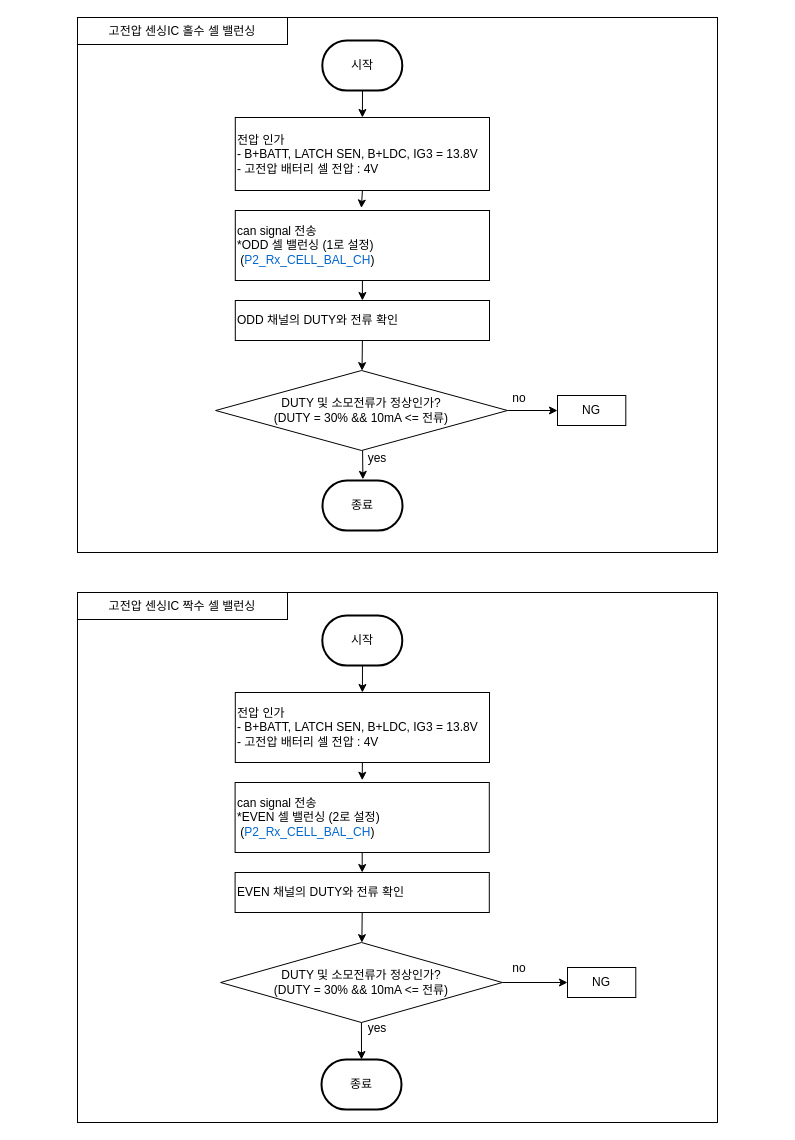
chaeyoonl/state-transition-diagram-test keeps this draw.io diagram as 고전압 센싱IC 셀밸런싱.drawio. Above is the earlier version. Source tidied: cells renumbered, new cells numbered last; positions are measured from the earlier drawing's top-left corner, leaving out a move shared by most shapes. Both pictures are drawn from the tidied source at 100%, with x=0, y=0 at pixel (77, 17).
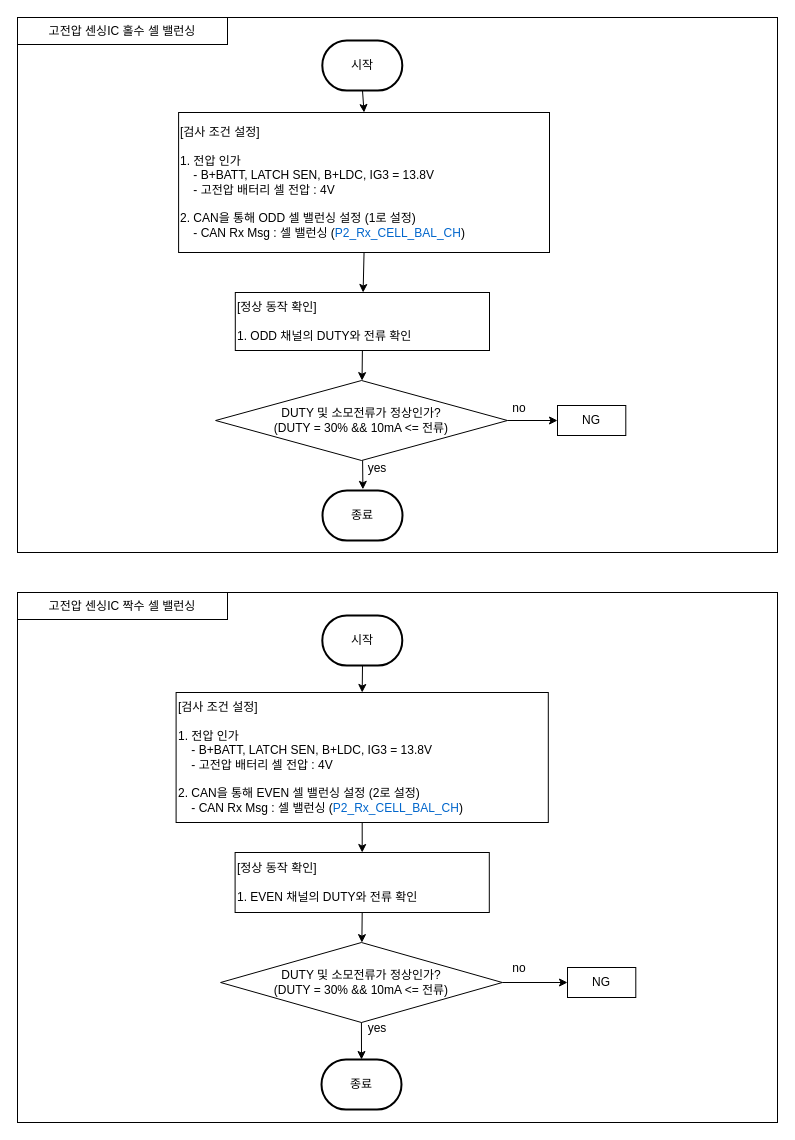
Above is the later version.

Commit message:
고전압 센싱IC 셀밸런싱.drawio 업데이트

What changed in the source:
```diff
@@
     <mxCell id="2" style="rounded=0;whiteSpace=wrap;html=1;align=left;" parent="1" vertex="1">
-      <mxGeometry width="640" height="535" as="geometry" />
+      <mxGeometry x="-60" width="760" height="535" as="geometry" />
     </mxCell>
     <mxCell id="3" value="고전압 센싱IC 홀수 셀 밸런싱" style="rounded=0;whiteSpace=wrap;html=1;align=center;" parent="1" vertex="1">
-      <mxGeometry width="210" height="27" as="geometry" />
+      <mxGeometry x="-60" width="210" height="27" as="geometry" />
     </mxCell>
@@
-    <mxCell id="5" value="전압 인가&lt;br&gt;- B+BATT, LATCH SEN, B+LDC, IG3 = 13.8V&lt;br&gt;- 고전압 배터리 셀 전압 : 4V" style="rounded=0;whiteSpace=wrap;html=1;align=left;" parent="1" vertex="1">
-      <mxGeometry x="157.8" y="100" width="254.2" height="73" as="geometry" />
+    <mxCell id="5" value="[검사 조건 설정]&lt;br&gt;&lt;br&gt;1. 전압 인가&lt;br&gt;&amp;nbsp; &amp;nbsp; - B+BATT, LATCH SEN, B+LDC, IG3 = 13.8V&lt;br&gt;&amp;nbsp; &amp;nbsp; - 고전압 배터리 셀 전압 : 4V&lt;br&gt;&lt;br&gt;2. CAN을 통해&amp;nbsp;ODD 셀 밸런싱 설정 (1로 설정)&lt;br style=&quot;border-color: var(--border-color);&quot;&gt;&amp;nbsp; &amp;nbsp; - CAN Rx Msg : 셀 밸런싱 (&lt;font style=&quot;border-color: var(--border-color);&quot; color=&quot;#0066cc&quot;&gt;P2_Rx_CELL_BAL_CH&lt;/font&gt;)" style="rounded=0;whiteSpace=wrap;html=1;align=left;" parent="1" vertex="1">
+      <mxGeometry x="101.1" y="95" width="370.9" height="140" as="geometry" />
     </mxCell>
@@
-    <mxCell id="7" style="endArrow=classic;html=1;rounded=0;exitX=0.5;exitY=1;exitDx=0;exitDy=0;entryX=0.496;entryY=-0.036;entryDx=0;entryDy=0;entryPerimeter=0;" parent="1" edge="1" source="5" target="8">
-      <mxGeometry relative="1" as="geometry" />
-    </mxCell>
-    <mxCell id="8" value="can signal 전송&lt;br&gt;*ODD 셀 밸런싱 (1로 설정)&lt;br&gt;&amp;nbsp;(&lt;font color=&quot;#0066cc&quot;&gt;P2_Rx_CELL_BAL_CH&lt;/font&gt;)" style="rounded=0;whiteSpace=wrap;html=1;align=left;" parent="1" vertex="1">
-      <mxGeometry x="157.8" y="193" width="254.2" height="70" as="geometry" />
-    </mxCell>
-    <mxCell id="9" value="ODD 채널의 DUTY와 전류 확인" style="rounded=0;whiteSpace=wrap;html=1;align=left;" parent="1" vertex="1">
-      <mxGeometry x="157.8" y="283" width="254.2" height="40" as="geometry" />
+    <mxCell id="9" value="[정상 동작 확인]&lt;br&gt;&lt;br&gt;1. ODD 채널의 DUTY와 전류 확인" style="rounded=0;whiteSpace=wrap;html=1;align=left;" parent="1" vertex="1">
+      <mxGeometry x="157.8" y="275" width="254.2" height="58" as="geometry" />
     </mxCell>
-    <mxCell id="10" style="endArrow=classic;html=1;rounded=0;exitX=0.5;exitY=1;exitDx=0;exitDy=0;" parent="1" edge="1" source="8" target="9">
+    <mxCell id="10" style="endArrow=classic;html=1;rounded=0;exitX=0.5;exitY=1;exitDx=0;exitDy=0;" parent="1" edge="1" source="5" target="9">
       <mxGeometry relative="1" as="geometry" />
     </mxCell>
     <mxCell id="11" value="DUTY 및 소모전류가 정상인가?&lt;br&gt;(DUTY = 30% &amp;amp;&amp;amp;&amp;nbsp;10mA &amp;lt;= 전류)" style="rhombus;whiteSpace=wrap;html=1;" parent="1" vertex="1">
-      <mxGeometry x="138.1" y="353" width="291.9" height="80" as="geometry" />
+      <mxGeometry x="138.1" y="363" width="291.9" height="80" as="geometry" />
     </mxCell>
     <mxCell id="12" value="NG" style="rounded=0;whiteSpace=wrap;html=1;align=center;" parent="1" vertex="1">
-      <mxGeometry x="480" y="378" width="68.3" height="30" as="geometry" />
+      <mxGeometry x="480" y="388" width="68.3" height="30" as="geometry" />
     </mxCell>
@@
     <mxCell id="15" style="endArrow=classic;html=1;rounded=0;exitX=0.5;exitY=1;exitDx=0;exitDy=0;entryX=0.505;entryY=-0.023;entryDx=0;entryDy=0;entryPerimeter=0;" parent="1" edge="1" target="16">
       <mxGeometry relative="1" as="geometry">
-        <mxPoint x="285.1" y="433" as="sourcePoint" />
+        <mxPoint x="285.1" y="443" as="sourcePoint" />
       </mxGeometry>
     </mxCell>
     <mxCell id="16" value="종료" style="strokeWidth=2;html=1;shape=mxgraph.flowchart.terminator;whiteSpace=wrap;" parent="1" vertex="1">
-      <mxGeometry x="245" y="463" width="80" height="50" as="geometry" />
+      <mxGeometry x="245" y="473" width="80" height="50" as="geometry" />
     </mxCell>
     <mxCell id="17" value="yes" style="text;html=1;strokeColor=none;fillColor=none;align=center;verticalAlign=middle;whiteSpace=wrap;rounded=0;" parent="1" vertex="1">
-      <mxGeometry x="270.1" y="426" width="60" height="30" as="geometry" />
+      <mxGeometry x="270.1" y="436" width="60" height="30" as="geometry" />
     </mxCell>
     <mxCell id="18" value="no" style="text;html=1;strokeColor=none;fillColor=none;align=center;verticalAlign=middle;whiteSpace=wrap;rounded=0;" parent="1" vertex="1">
-      <mxGeometry x="411.9" y="365.5" width="60" height="30" as="geometry" />
+      <mxGeometry x="411.9" y="375.5" width="60" height="30" as="geometry" />
     </mxCell>
     <mxCell id="19" style="rounded=0;whiteSpace=wrap;html=1;align=left;" parent="1" vertex="1">
-      <mxGeometry y="575" width="640" height="530" as="geometry" />
+      <mxGeometry x="-60" y="575" width="760" height="530" as="geometry" />
     </mxCell>
     <mxCell id="20" value="고전압 센싱IC 짝수 셀 밸런싱" style="rounded=0;whiteSpace=wrap;html=1;align=center;" parent="1" vertex="1">
-      <mxGeometry y="575" width="210" height="27" as="geometry" />
+      <mxGeometry x="-60" y="575" width="210" height="27" as="geometry" />
     </mxCell>
@@
-    <mxCell id="22" value="전압 인가&lt;br&gt;- B+BATT, LATCH SEN, B+LDC, IG3 = 13.8V&lt;br&gt;- 고전압 배터리 셀 전압 : 4V" style="rounded=0;whiteSpace=wrap;html=1;align=left;" parent="1" vertex="1">
-      <mxGeometry x="157.8" y="675" width="254.2" height="70" as="geometry" />
+    <mxCell id="22" value="[검사 조건 설정]&lt;br&gt;&lt;br&gt;1. 전압 인가&lt;br&gt;&amp;nbsp; &amp;nbsp; - B+BATT, LATCH SEN, B+LDC, IG3 = 13.8V&lt;br&gt;&amp;nbsp; &amp;nbsp; - 고전압 배터리 셀 전압 : 4V&lt;br&gt;&lt;br&gt;2. CAN을 통해 EVEN 셀 밸런싱 설정 (2로 설정)&lt;br style=&quot;border-color: var(--border-color);&quot;&gt;&amp;nbsp; &amp;nbsp; - CAN Rx Msg : 셀 밸런싱 (&lt;font style=&quot;border-color: var(--border-color);&quot; color=&quot;#0066cc&quot;&gt;P2_Rx_CELL_BAL_CH&lt;/font&gt;)" style="rounded=0;whiteSpace=wrap;html=1;align=left;" parent="1" vertex="1">
+      <mxGeometry x="98.6" y="675" width="372.2" height="130" as="geometry" />
     </mxCell>
@@
-    <mxCell id="24" style="endArrow=classic;html=1;rounded=0;exitX=0.5;exitY=1;exitDx=0;exitDy=0;entryX=0.5;entryY=-0.032;entryDx=0;entryDy=0;entryPerimeter=0;" parent="1" edge="1" source="22" target="25">
-      <mxGeometry relative="1" as="geometry" />
-    </mxCell>
-    <mxCell id="25" value="can signal 전송&lt;br&gt;*EVEN 셀 밸런싱 (2로 설정)&lt;br&gt;&amp;nbsp;(&lt;font color=&quot;#0066cc&quot;&gt;P2_Rx_CELL_BAL_CH&lt;/font&gt;)" style="rounded=0;whiteSpace=wrap;html=1;align=left;" parent="1" vertex="1">
-      <mxGeometry x="157.6" y="765" width="254.2" height="70" as="geometry" />
-    </mxCell>
@@
-    <mxCell id="27" value="EVEN 채널의 DUTY와 전류 확인" style="rounded=0;whiteSpace=wrap;html=1;align=left;" parent="1" vertex="1">
-      <mxGeometry x="157.6" y="855" width="254.2" height="40" as="geometry" />
+    <mxCell id="27" value="[정상 동작 확인]&lt;br&gt;&lt;br&gt;1. EVEN 채널의 DUTY와 전류 확인" style="rounded=0;whiteSpace=wrap;html=1;align=left;" parent="1" vertex="1">
+      <mxGeometry x="157.6" y="835" width="254.2" height="60" as="geometry" />
     </mxCell>
@@
-    <mxCell id="29" style="endArrow=classic;html=1;rounded=0;exitX=0.5;exitY=1;exitDx=0;exitDy=0;" parent="1" edge="1" source="25" target="27">
+    <mxCell id="29" style="endArrow=classic;html=1;rounded=0;exitX=0.5;exitY=1;exitDx=0;exitDy=0;" parent="1" edge="1" source="22" target="27">
       <mxGeometry relative="1" as="geometry" />
     </mxCell>
```
